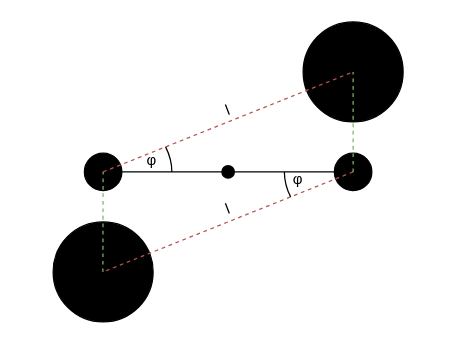
Earlier version of the draw.io diagram praktikum/KW04_Versuch_2.drawio (macbrayne/tu-bs-physics). Source tidied: cells renumbered, new cells numbered last; positions are measured from the earlier drawing's top-left corner, leaving out a move shared by most shapes. Both pictures are drawn from the tidied source at 125%, with x=0, y=0 at pixel (52, 21).
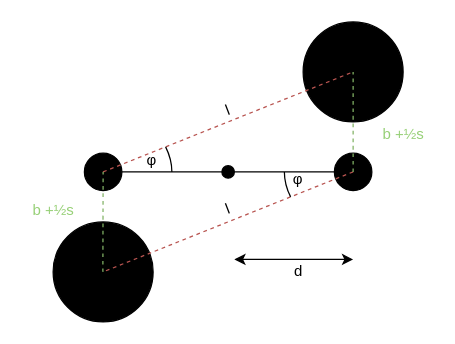
The same diagram, later.

Change to the diagram source:
```diff
@@
+    <mxCell id="19" style="endArrow=classic;startArrow=classic;html=1;shadow=0;sketch=0;endSize=6;strokeColor=default;curved=1;jumpStyle=none;" parent="1" edge="1">
+      <mxGeometry relative="1" as="geometry">
+        <mxPoint x="145" y="190" as="sourcePoint" />
+        <mxPoint x="240" y="190" as="targetPoint" />
+      </mxGeometry>
+    </mxCell>
+    <mxCell id="20" value="d" style="text;html=1;align=center;verticalAlign=middle;strokeColor=none;fillColor=none;" parent="1" vertex="1">
+      <mxGeometry x="186" y="190" width="20" height="20" as="geometry" />
+    </mxCell>
+    <mxCell id="21" value="b +½s" style="text;html=1;align=center;verticalAlign=middle;strokeColor=none;fillColor=none;fontColor=#97D077;labelBackgroundColor=none;" parent="1" vertex="1">
+      <mxGeometry x="255" y="80" width="50" height="20" as="geometry" />
+    </mxCell>
+    <mxCell id="22" value="b +½s" style="text;html=1;align=center;verticalAlign=middle;strokeColor=none;fillColor=none;fontColor=#97D077;labelBackgroundColor=none;" parent="1" vertex="1">
+      <mxGeometry x="-25" y="141" width="50" height="20" as="geometry" />
+    </mxCell>
```
